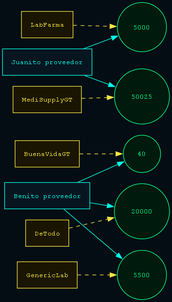
Earlier version of the Graphviz export reportes/matriz.png (RONY36606/EDD_1S2026_PY_-202307793_FASE1-2-3). Its source is kept beside it as reportes/matriz.dot.
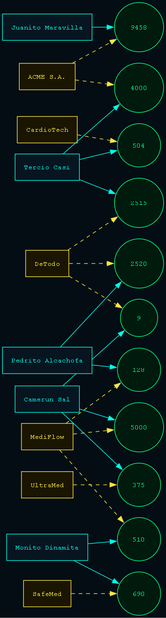
Later version of the same file.

Change to the diagram source:
```diff
@@ -5,27 +5,49 @@
     edge [fontname="Courier", fontsize=9];
     splines=false;
     { rank=min;
-        fab_BuenaVidaGT [label="BuenaVidaGT", shape=rectangle, fillcolor="#1a1500", color="#f5e642", fontcolor="#f5e642"];
+        fab_ACME_S_A_ [label="ACME S.A.", shape=rectangle, fillcolor="#1a1500", color="#f5e642", fontcolor="#f5e642"];
+        fab_CardioTech [label="CardioTech", shape=rectangle, fillcolor="#1a1500", color="#f5e642", fontcolor="#f5e642"];
         fab_DeTodo [label="DeTodo", shape=rectangle, fillcolor="#1a1500", color="#f5e642", fontcolor="#f5e642"];
-        fab_GenericLab [label="GenericLab", shape=rectangle, fillcolor="#1a1500", color="#f5e642", fontcolor="#f5e642"];
-        fab_LabFarma [label="LabFarma", shape=rectangle, fillcolor="#1a1500", color="#f5e642", fontcolor="#f5e642"];
-        fab_MediSupplyGT [label="MediSupplyGT", shape=rectangle, fillcolor="#1a1500", color="#f5e642", fontcolor="#f5e642"];
+        fab_MediFlow [label="MediFlow", shape=rectangle, fillcolor="#1a1500", color="#f5e642", fontcolor="#f5e642"];
+        fab_SafeMed [label="SafeMed", shape=rectangle, fillcolor="#1a1500", color="#f5e642", fontcolor="#f5e642"];
+        fab_UltraMed [label="UltraMed", shape=rectangle, fillcolor="#1a1500", color="#f5e642", fontcolor="#f5e642"];
     }
-    prov_Benito_proveedor [label="Benito proveedor", shape=rectangle, fillcolor="#071520", color="#00ffe7", fontcolor="#00ffe7"];
-    prov_Juanito_proveedor [label="Juanito proveedor", shape=rectangle, fillcolor="#071520", color="#00ffe7", fontcolor="#00ffe7"];
-    val_Benito_proveedor_BuenaVidaGT [label="40", shape=circle, fillcolor="#001a0d", color="#00ff88", fontcolor="#00ff88", width=0.8];
-    val_Benito_proveedor_DeTodo [label="20000", shape=circle, fillcolor="#001a0d", color="#00ff88", fontcolor="#00ff88", width=0.8];
-    val_Benito_proveedor_GenericLab [label="5500", shape=circle, fillcolor="#001a0d", color="#00ff88", fontcolor="#00ff88", width=0.8];
-    val_Juanito_proveedor_LabFarma [label="5000", shape=circle, fillcolor="#001a0d", color="#00ff88", fontcolor="#00ff88", width=0.8];
-    val_Juanito_proveedor_MediSupplyGT [label="50025", shape=circle, fillcolor="#001a0d", color="#00ff88", fontcolor="#00ff88", width=0.8];
-    prov_Benito_proveedor -> val_Benito_proveedor_BuenaVidaGT [color="#00ffe7", style=solid];
-    prov_Benito_proveedor -> val_Benito_proveedor_DeTodo [color="#00ffe7", style=solid];
-    prov_Benito_proveedor -> val_Benito_proveedor_GenericLab [color="#00ffe7", style=solid];
-    prov_Juanito_proveedor -> val_Juanito_proveedor_LabFarma [color="#00ffe7", style=solid];
-    prov_Juanito_proveedor -> val_Juanito_proveedor_MediSupplyGT [color="#00ffe7", style=solid];
-    fab_BuenaVidaGT -> val_Benito_proveedor_BuenaVidaGT [color="#f5e642", style=dashed];
-    fab_DeTodo -> val_Benito_proveedor_DeTodo [color="#f5e642", style=dashed];
-    fab_GenericLab -> val_Benito_proveedor_GenericLab [color="#f5e642", style=dashed];
-    fab_LabFarma -> val_Juanito_proveedor_LabFarma [color="#f5e642", style=dashed];
-    fab_MediSupplyGT -> val_Juanito_proveedor_MediSupplyGT [color="#f5e642", style=dashed];
+    prov_Camerun_Sal [label="Camerun Sal", shape=rectangle, fillcolor="#071520", color="#00ffe7", fontcolor="#00ffe7"];
+    prov_Juanito_Maravilla [label="Juanito Maravilla", shape=rectangle, fillcolor="#071520", color="#00ffe7", fontcolor="#00ffe7"];
+    prov_Monito_Dinamita [label="Monito Dinamita", shape=rectangle, fillcolor="#071520", color="#00ffe7", fontcolor="#00ffe7"];
+    prov_Pedrito_Alcachofa [label="Pedrito Alcachofa", shape=rectangle, fillcolor="#071520", color="#00ffe7", fontcolor="#00ffe7"];
+    prov_Tercio_Casi [label="Tercio Casi", shape=rectangle, fillcolor="#071520", color="#00ffe7", fontcolor="#00ffe7"];
+    val_Camerun_Sal_DeTodo [label="9", shape=circle, fillcolor="#001a0d", color="#00ff88", fontcolor="#00ff88", width=0.8];
+    val_Camerun_Sal_MediFlow [label="5000", shape=circle, fillcolor="#001a0d", color="#00ff88", fontcolor="#00ff88", width=0.8];
+    val_Camerun_Sal_UltraMed [label="375", shape=circle, fillcolor="#001a0d", color="#00ff88", fontcolor="#00ff88", width=0.8];
+    val_Juanito_Maravilla_ACME_S_A_ [label="9458", shape=circle, fillcolor="#001a0d", color="#00ff88", fontcolor="#00ff88", width=0.8];
+    val_Monito_Dinamita_MediFlow [label="510", shape=circle, fillcolor="#001a0d", color="#00ff88", fontcolor="#00ff88", width=0.8];
+    val_Monito_Dinamita_SafeMed [label="690", shape=circle, fillcolor="#001a0d", color="#00ff88", fontcolor="#00ff88", width=0.8];
+    val_Pedrito_Alcachofa_DeTodo [label="2520", shape=circle, fillcolor="#001a0d", color="#00ff88", fontcolor="#00ff88", width=0.8];
+    val_Pedrito_Alcachofa_MediFlow [label="128", shape=circle, fillcolor="#001a0d", color="#00ff88", fontcolor="#00ff88", width=0.8];
+    val_Tercio_Casi_ACME_S_A_ [label="4000", shape=circle, fillcolor="#001a0d", color="#00ff88", fontcolor="#00ff88", width=0.8];
+    val_Tercio_Casi_CardioTech [label="504", shape=circle, fillcolor="#001a0d", color="#00ff88", fontcolor="#00ff88", width=0.8];
+    val_Tercio_Casi_DeTodo [label="2515", shape=circle, fillcolor="#001a0d", color="#00ff88", fontcolor="#00ff88", width=0.8];
+    prov_Camerun_Sal -> val_Camerun_Sal_DeTodo [color="#00ffe7", style=solid];
+    prov_Camerun_Sal -> val_Camerun_Sal_MediFlow [color="#00ffe7", style=solid];
+    prov_Camerun_Sal -> val_Camerun_Sal_UltraMed [color="#00ffe7", style=solid];
+    prov_Juanito_Maravilla -> val_Juanito_Maravilla_ACME_S_A_ [color="#00ffe7", style=solid];
+    prov_Monito_Dinamita -> val_Monito_Dinamita_MediFlow [color="#00ffe7", style=solid];
+    prov_Monito_Dinamita -> val_Monito_Dinamita_SafeMed [color="#00ffe7", style=solid];
+    prov_Pedrito_Alcachofa -> val_Pedrito_Alcachofa_DeTodo [color="#00ffe7", style=solid];
+    prov_Pedrito_Alcachofa -> val_Pedrito_Alcachofa_MediFlow [color="#00ffe7", style=solid];
+    prov_Tercio_Casi -> val_Tercio_Casi_ACME_S_A_ [color="#00ffe7", style=solid];
+    prov_Tercio_Casi -> val_Tercio_Casi_CardioTech [color="#00ffe7", style=solid];
+    prov_Tercio_Casi -> val_Tercio_Casi_DeTodo [color="#00ffe7", style=solid];
+    fab_ACME_S_A_ -> val_Juanito_Maravilla_ACME_S_A_ [color="#f5e642", style=dashed];
+    fab_ACME_S_A_ -> val_Tercio_Casi_ACME_S_A_ [color="#f5e642", style=dashed];
+    fab_CardioTech -> val_Tercio_Casi_CardioTech [color="#f5e642", style=dashed];
+    fab_DeTodo -> val_Camerun_Sal_DeTodo [color="#f5e642", style=dashed];
+    fab_DeTodo -> val_Pedrito_Alcachofa_DeTodo [color="#f5e642", style=dashed];
+    fab_DeTodo -> val_Tercio_Casi_DeTodo [color="#f5e642", style=dashed];
+    fab_MediFlow -> val_Camerun_Sal_MediFlow [color="#f5e642", style=dashed];
+    fab_MediFlow -> val_Monito_Dinamita_MediFlow [color="#f5e642", style=dashed];
+    fab_MediFlow -> val_Pedrito_Alcachofa_MediFlow [color="#f5e642", style=dashed];
+    fab_SafeMed -> val_Monito_Dinamita_SafeMed [color="#f5e642", style=dashed];
+    fab_UltraMed -> val_Camerun_Sal_UltraMed [color="#f5e642", style=dashed];
 }
```
